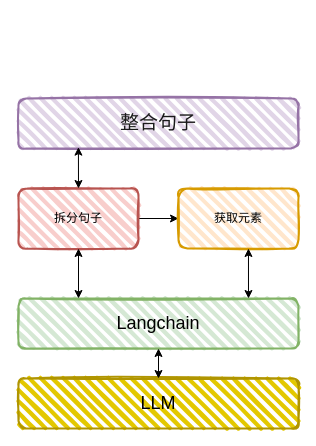
gjf610/my-blog keeps this draw.io diagram as 架构图.drawio. Above is the earlier version. Source tidied: cells renumbered, new cells numbered last; positions are measured from the earlier drawing's top-left corner, leaving out a move shared by most shapes. Both pictures are drawn from the tidied source at 100%, with x=0, y=0 at pixel (18, 98).
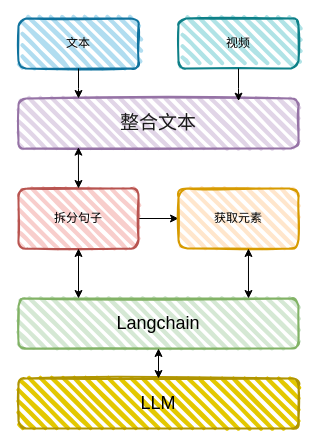
The same page after the edit.

Commit message:
更新文本、视频.drawio

What changed in the source:
```diff
@@
 <mxGraphModel>
   <root>
     <mxCell id="0" />
     <mxCell id="1" parent="0" />
     <mxCell id="2" value="&lt;font style=&quot;font-size: 18px;&quot;&gt;LLM&lt;/font&gt;" style="rounded=1;whiteSpace=wrap;html=1;strokeWidth=2;fillWeight=4;hachureGap=8;hachureAngle=45;fillColor=#e3c800;sketch=1;fontColor=#000000;strokeColor=#B09500;" parent="1" vertex="1">
       <mxGeometry y="280" width="280" height="50" as="geometry" />
     </mxCell>
     <mxCell id="3" value="&lt;span style=&quot;font-size: 18px;&quot;&gt;Langchain&lt;/span&gt;" style="rounded=1;whiteSpace=wrap;html=1;strokeWidth=2;fillWeight=4;hachureGap=8;hachureAngle=45;fillColor=#d5e8d4;sketch=1;strokeColor=#82b366;" parent="1" vertex="1">
       <mxGeometry y="200" width="280" height="50" as="geometry" />
     </mxCell>
     <mxCell id="4" style="edgeStyle=orthogonalEdgeStyle;rounded=0;jettySize=auto;html=1;entryX=0;entryY=0.5;entryDx=0;entryDy=0;" parent="1" edge="1" source="5" target="6">
       <mxGeometry relative="1" as="geometry" />
     </mxCell>
     <mxCell id="5" value="拆分句子" style="rounded=1;whiteSpace=wrap;html=1;strokeWidth=2;fillWeight=4;hachureGap=8;hachureAngle=45;fillColor=#f8cecc;sketch=1;strokeColor=#b85450;" parent="1" vertex="1">
       <mxGeometry y="90" width="120" height="60" as="geometry" />
     </mxCell>
     <mxCell id="6" value="获取元素" style="rounded=1;whiteSpace=wrap;html=1;strokeWidth=2;fillWeight=4;hachureGap=8;hachureAngle=45;fillColor=#ffe6cc;sketch=1;strokeColor=#d79b00;" parent="1" vertex="1">
       <mxGeometry x="160" y="90" width="120" height="60" as="geometry" />
     </mxCell>
-    <mxCell id="7" value="&lt;font color=&quot;#1a1a1a&quot; style=&quot;font-size: 19px;&quot;&gt;整合句子&lt;/font&gt;" style="rounded=1;whiteSpace=wrap;html=1;strokeWidth=2;fillWeight=4;hachureGap=8;hachureAngle=45;fillColor=#e1d5e7;sketch=1;strokeColor=#9673a6;" parent="1" vertex="1">
+    <mxCell id="7" value="&lt;font color=&quot;#1a1a1a&quot; style=&quot;font-size: 19px;&quot;&gt;整合文本&lt;/font&gt;" style="rounded=1;whiteSpace=wrap;html=1;strokeWidth=2;fillWeight=4;hachureGap=8;hachureAngle=45;fillColor=#e1d5e7;sketch=1;strokeColor=#9673a6;" parent="1" vertex="1">
       <mxGeometry width="280" height="50" as="geometry" />
     </mxCell>
     <mxCell id="8" style="endArrow=classic;startArrow=classic;html=1;rounded=0;entryX=0.5;entryY=1;entryDx=0;entryDy=0;exitX=0.5;exitY=0;exitDx=0;exitDy=0;" parent="1" edge="1" source="2" target="3">
       <mxGeometry relative="1" as="geometry" />
     </mxCell>
     <mxCell id="9" style="endArrow=classic;startArrow=classic;html=1;rounded=0;entryX=0.5;entryY=1;entryDx=0;entryDy=0;" parent="1" edge="1" target="5">
       <mxGeometry relative="1" as="geometry">
         <mxPoint x="60" y="200" as="sourcePoint" />
       </mxGeometry>
     </mxCell>
     <mxCell id="10" style="endArrow=classic;startArrow=classic;html=1;rounded=0;entryX=0.583;entryY=1;entryDx=0;entryDy=0;entryPerimeter=0;" parent="1" edge="1" target="6">
       <mxGeometry relative="1" as="geometry">
         <mxPoint x="230" y="200" as="sourcePoint" />
       </mxGeometry>
     </mxCell>
     <mxCell id="11" style="endArrow=classic;startArrow=classic;html=1;rounded=0;entryX=0.214;entryY=0.973;entryDx=0;entryDy=0;entryPerimeter=0;" parent="1" edge="1" target="7">
       <mxGeometry relative="1" as="geometry">
         <mxPoint x="60" y="90" as="sourcePoint" />
       </mxGeometry>
     </mxCell>
+    <mxCell id="12" value="文本" style="rounded=1;whiteSpace=wrap;html=1;strokeWidth=2;fillWeight=4;hachureGap=8;hachureAngle=45;fillColor=#b1ddf0;sketch=1;strokeColor=#10739e;" parent="1" vertex="1">
+      <mxGeometry y="-80" width="120" height="50" as="geometry" />
+    </mxCell>
+    <mxCell id="13" value="视频" style="rounded=1;whiteSpace=wrap;html=1;strokeWidth=2;fillWeight=4;hachureGap=8;hachureAngle=45;fillColor=#b0e3e6;sketch=1;strokeColor=#0e8088;" parent="1" vertex="1">
+      <mxGeometry x="160" y="-80" width="120" height="50" as="geometry" />
+    </mxCell>
+    <mxCell id="14" style="edgeStyle=orthogonalEdgeStyle;rounded=0;jettySize=auto;html=1;" parent="1" edge="1" source="12">
+      <mxGeometry relative="1" as="geometry">
+        <mxPoint x="60" as="targetPoint" />
+      </mxGeometry>
+    </mxCell>
+    <mxCell id="15" style="edgeStyle=orthogonalEdgeStyle;rounded=0;jettySize=auto;html=1;entryX=0.786;entryY=0.053;entryDx=0;entryDy=0;entryPerimeter=0;" parent="1" edge="1" source="13" target="7">
+      <mxGeometry relative="1" as="geometry" />
+    </mxCell>
   </root>
 </mxGraphModel>
```
